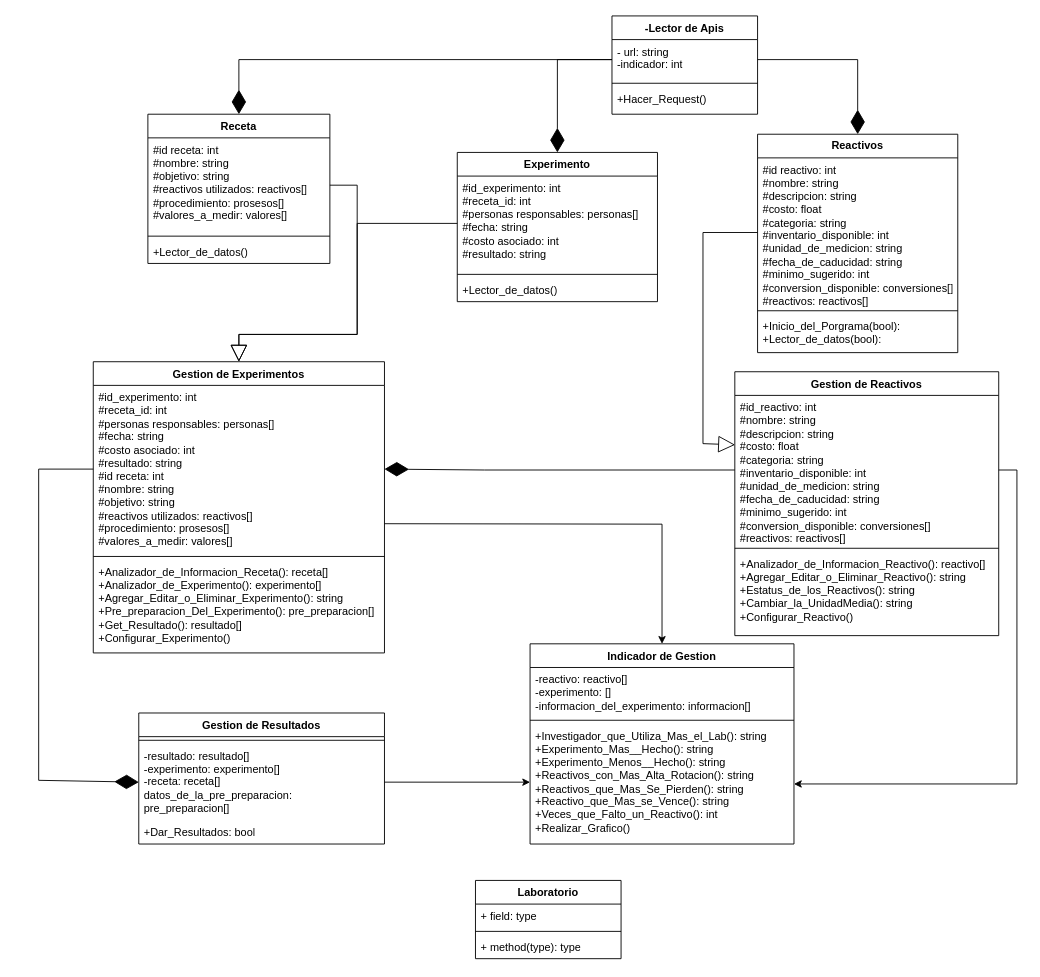
Before: Diagrama_proyecto.drawio in Diegoafkx/Proyecto, a draw.io diagram. Source tidied: cells renumbered, new cells numbered last; positions are measured from the earlier drawing's top-left corner, leaving out a move shared by most shapes. Both pictures are drawn from the tidied source at 91%, with x=0, y=0 at pixel (38, 15).
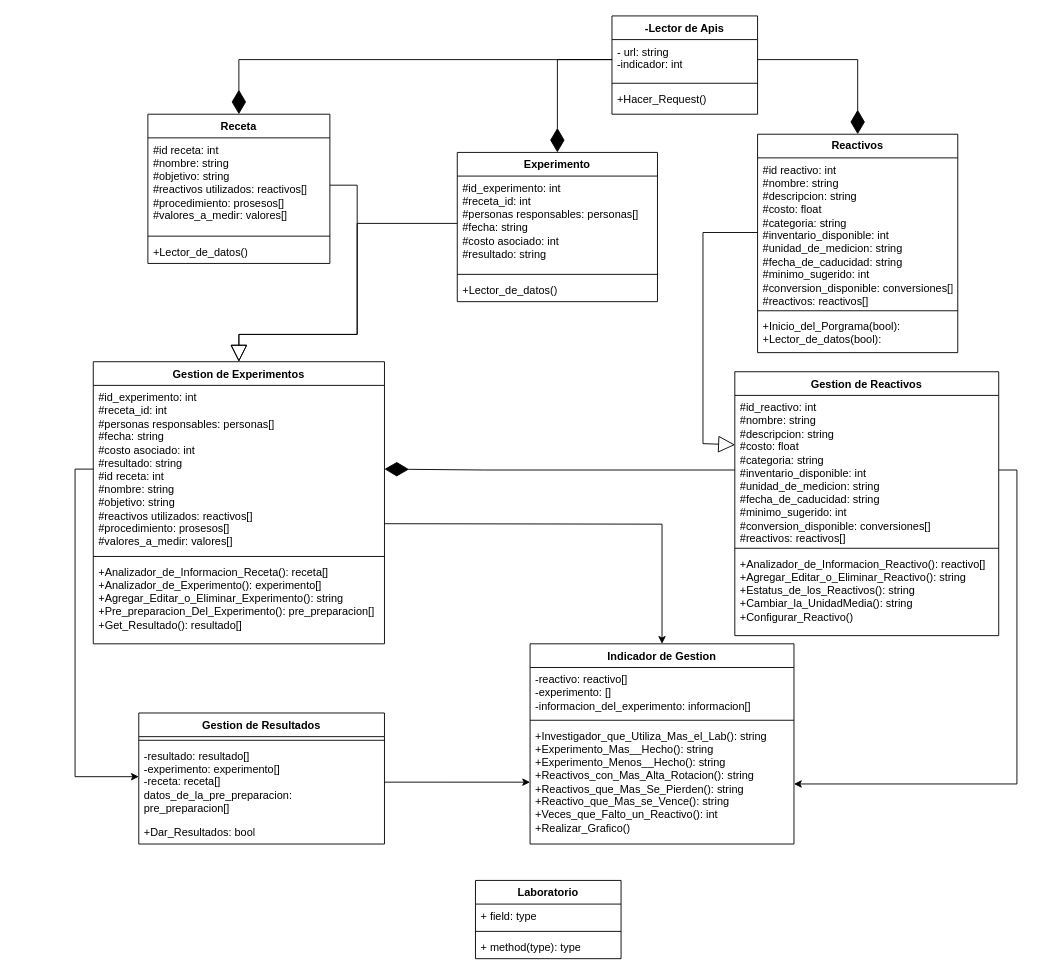
Above is the later version.

The change refers to these unchanged cells:
```xml
<mxCell id="11" value="#id_experimento: int&lt;div&gt;#receta_id: int&lt;/div&gt;&lt;div&gt;#personas responsables: personas[]&lt;/div&gt;&lt;div&gt;#fecha: string&lt;/div&gt;&lt;div&gt;#costo asociado: int&lt;/div&gt;&lt;div&gt;#resultado: string&lt;/div&gt;&lt;div&gt;#id receta: int&lt;div&gt;#nombre: string&lt;/div&gt;&lt;div&gt;#objetivo: string&lt;/div&gt;&lt;div&gt;#reactivos utilizados: reactivos[]&lt;/div&gt;&lt;div&gt;#procedimiento: prosesos[]&lt;/div&gt;&lt;div&gt;#valores_a_medir: valores[]&lt;/div&gt;&lt;/div&gt;" style="text;strokeColor=none;fillColor=none;align=left;verticalAlign=top;spacingLeft=4;spacingRight=4;overflow=hidden;points=[[0,0.5],[1,0.5]];portConstraint=eastwest;whiteSpace=wrap;html=1;" parent="10" vertex="1">
  <mxGeometry y="26" width="320" height="184" as="geometry" />
</mxCell>
<mxCell id="16" value="-resultado: resultado[]&lt;div&gt;-experimento: experimento[]&lt;/div&gt;&lt;div&gt;-receta: receta[]&lt;/div&gt;&lt;div&gt;datos_de_la_pre_preparacion: pre_preparacion[]&lt;/div&gt;" style="text;strokeColor=none;fillColor=none;align=left;verticalAlign=middle;spacingLeft=4;spacingRight=4;overflow=hidden;points=[[0,0.5],[1,0.5]];portConstraint=eastwest;whiteSpace=wrap;html=1;" parent="14" vertex="1">
  <mxGeometry y="34" width="270" height="84" as="geometry" />
</mxCell>
```

Change to the diagram source:
```diff
@@
     <mxCell id="10" value="Gestion de Experimentos" style="swimlane;fontStyle=1;align=center;verticalAlign=top;horizontal=1;startSize=26;whiteSpace=wrap;html=1;" parent="1" vertex="1">
-      <mxGeometry x="60" y="380" width="320" height="320" as="geometry" />
+      <mxGeometry x="60" y="380" width="320" height="310" as="geometry" />
     </mxCell>
@@
-    <mxCell id="13" value="+Analizador_de_Informacion_Receta(): receta[]&lt;div&gt;+Analizador_de_Experimento(): experimento[]&lt;/div&gt;&lt;div&gt;+Agregar_Editar_o_Eliminar_Experimento(): string&lt;/div&gt;&lt;div&gt;+Pre_preparacion_Del_Experimento(): pre_preparacion[]&lt;/div&gt;&lt;div&gt;+Get_Resultado(): resultado[]&lt;/div&gt;&lt;div&gt;+Configurar_Experimento()&lt;/div&gt;" style="text;strokeColor=none;fillColor=none;align=left;verticalAlign=top;spacingLeft=4;spacingRight=4;overflow=hidden;whiteSpace=wrap;html=1;" parent="10" vertex="1">
-      <mxGeometry y="218" width="320" height="102" as="geometry" />
+    <mxCell id="13" value="+Analizador_de_Informacion_Receta(): receta[]&lt;div&gt;+Analizador_de_Experimento(): experimento[]&lt;/div&gt;&lt;div&gt;+Agregar_Editar_o_Eliminar_Experimento(): string&lt;/div&gt;&lt;div&gt;+Pre_preparacion_Del_Experimento(): pre_preparacion[]&lt;/div&gt;&lt;div&gt;+Get_Resultado(): resultado[]&lt;/div&gt;" style="text;strokeColor=none;fillColor=none;align=left;verticalAlign=top;spacingLeft=4;spacingRight=4;overflow=hidden;whiteSpace=wrap;html=1;" parent="10" vertex="1">
+      <mxGeometry y="218" width="320" height="92" as="geometry" />
     </mxCell>
@@
+    <mxCell id="48" style="edgeStyle=orthogonalEdgeStyle;rounded=0;jettySize=auto;html=1;exitX=0;exitY=0.5;exitDx=0;exitDy=0;" parent="1" edge="1" source="11" target="16">
+      <mxGeometry relative="1" as="geometry">
+        <Array as="points">
+          <mxPoint x="40" y="498" />
+          <mxPoint x="40" y="836" />
+        </Array>
+      </mxGeometry>
+    </mxCell>
@@
-    <mxCell id="48" style="endArrow=diamondThin;endFill=1;endSize=24;html=1;rounded=0;exitX=0;exitY=0.5;exitDx=0;exitDy=0;entryX=0;entryY=0.5;entryDx=0;entryDy=0;" parent="1" edge="1" source="11" target="16">
-      <mxGeometry relative="1" as="geometry">
-        <Array as="points">
-          <mxPoint y="498" />
-          <mxPoint y="840" />
-        </Array>
-      </mxGeometry>
-    </mxCell>
```
